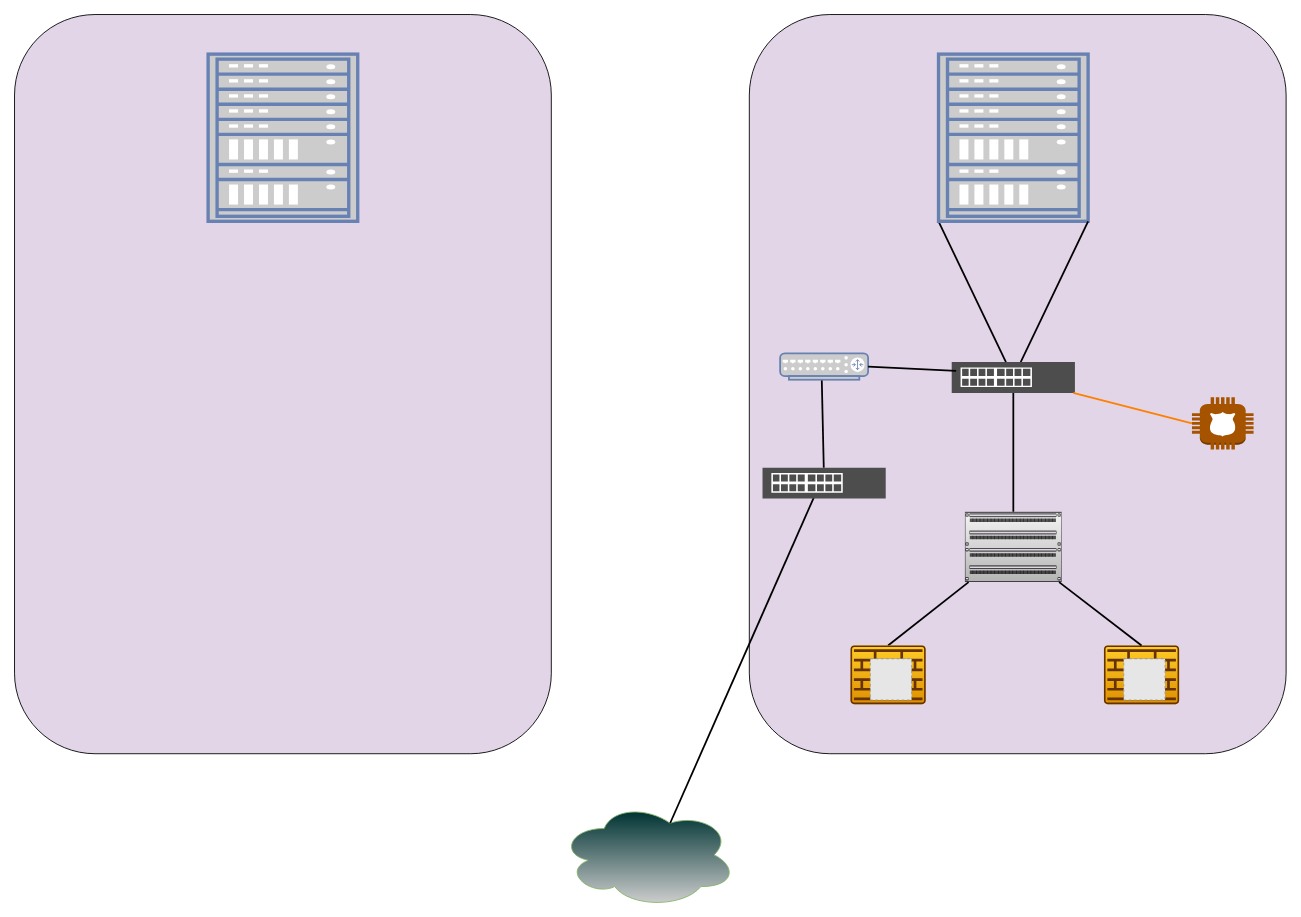
Before: Başlıksız Diyagram.drawio in seozdemir/draw.io, a draw.io diagram. Source tidied: cells renumbered, new cells numbered last; positions are measured from the earlier drawing's top-left corner, leaving out a move shared by most shapes. Both pictures are drawn from the tidied source at 88%, with x=0, y=0 at pixel (-87, 54). Pictures stored in the file or linked from it are replaced by grey dashed boxes.
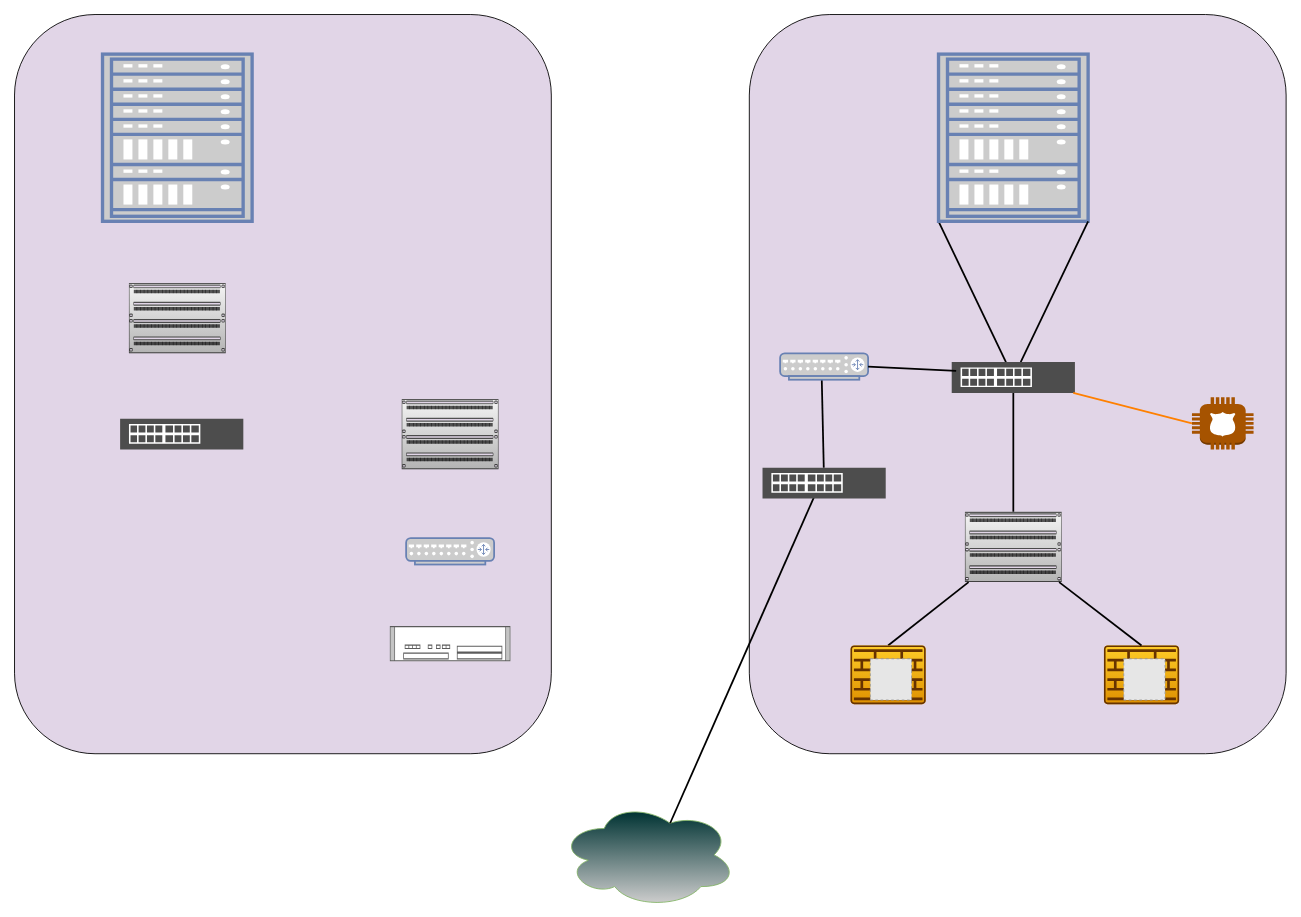
Above is the later version.

Diff of the diagram source:
```diff
@@
     <mxCell id="26" style="fontColor=#0066CC;verticalAlign=top;verticalLabelPosition=bottom;labelPosition=center;align=center;html=1;fillColor=#CCCCCC;strokeColor=#6881B3;gradientColor=none;gradientDirection=north;strokeWidth=2;shape=mxgraph.networks.rack;sketch=0;" parent="1" vertex="1">
-      <mxGeometry x="335" width="170" height="190" as="geometry" />
+      <mxGeometry x="215" width="170" height="190" as="geometry" />
     </mxCell>
+    <mxCell id="27" style="strokeColor=#666666;html=1;labelPosition=right;align=left;spacingLeft=15;shadow=0;dashed=0;shape=mxgraph.rack.general.cat5e_rack_mount_patch_panel_96_ports;fillColor=#f5f5f5;gradientColor=#b3b3b3;" parent="1" vertex="1">
+      <mxGeometry x="245" y="260" width="110" height="80" as="geometry" />
+    </mxCell>
+    <mxCell id="28" style="strokeColor=#666666;html=1;labelPosition=right;align=left;spacingLeft=15;shadow=0;dashed=0;shape=mxgraph.rack.general.cat5e_rack_mount_patch_panel_96_ports;fillColor=#f5f5f5;gradientColor=#b3b3b3;" parent="1" vertex="1">
+      <mxGeometry x="555" y="391.8" width="110" height="80" as="geometry" />
+    </mxCell>
+    <mxCell id="29" style="sketch=0;shadow=0;dashed=0;html=1;strokeColor=none;fillColor=#4D4D4D;labelPosition=center;verticalLabelPosition=bottom;verticalAlign=top;align=center;shape=mxgraph.veeam2.physical_switch;strokeWidth=0;" parent="1" vertex="1">
+      <mxGeometry x="235" y="414.3" width="140" height="35" as="geometry" />
+    </mxCell>
+    <mxCell id="30" style="fontColor=#0066CC;verticalAlign=top;verticalLabelPosition=bottom;labelPosition=center;align=center;html=1;fillColor=#CCCCCC;strokeColor=#6881B3;gradientColor=none;gradientDirection=north;strokeWidth=2;shape=mxgraph.networks.router;sketch=0;" parent="1" vertex="1">
+      <mxGeometry x="560" y="550" width="100" height="30" as="geometry" />
+    </mxCell>
+    <mxCell id="31" style="shape=mxgraph.rack.cisco.cisco_asr_1002_router;html=1;labelPosition=right;align=left;spacingLeft=15;dashed=0;shadow=0;fillColor=#ffffff;" parent="1" vertex="1">
+      <mxGeometry x="541.5" y="650" width="137" height="40" as="geometry" />
+    </mxCell>
```
